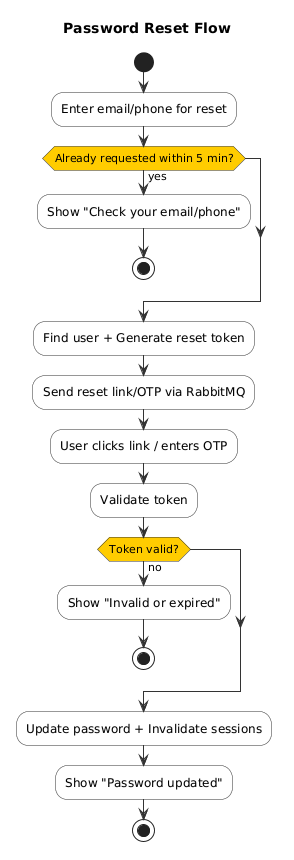
Before: modules/auth/images/activity/password-reset-activity.png, a diagram exported from PlantUML (namnh240795/document).
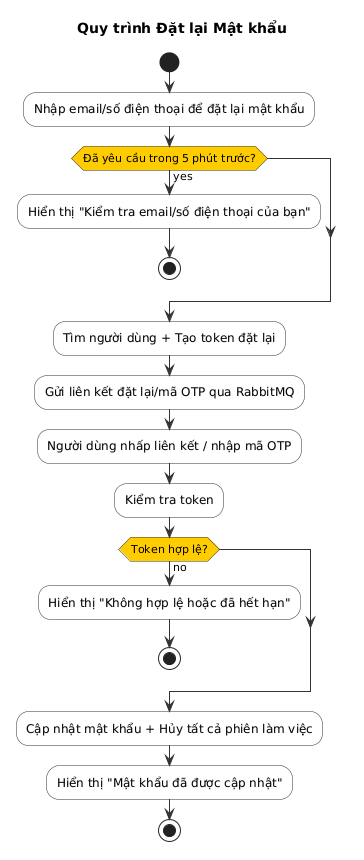
After the change.

Change to the diagram source:
```diff
@@ -8,33 +8,33 @@
   DiamondBorderColor #333333
 }
 
-title Password Reset Flow
+title Quy trình Đặt lại Mật khẩu
 
 start
 
-:Enter email/phone for reset;
+:Nhập email/số điện thoại để đặt lại mật khẩu;
 
-if (Already requested within 5 min?) then (yes)
-  :Show "Check your email/phone";
+if (Đã yêu cầu trong 5 phút trước?) then (yes)
+  :Hiển thị "Kiểm tra email/số điện thoại của bạn";
   stop
 endif
 
-:Find user + Generate reset token;
+:Tìm người dùng + Tạo token đặt lại;
 
-:Send reset link/OTP via RabbitMQ;
+:Gửi liên kết đặt lại/mã OTP qua RabbitMQ;
 
-:User clicks link / enters OTP;
+:Người dùng nhấp liên kết / nhập mã OTP;
 
-:Validate token;
+:Kiểm tra token;
 
-if (Token valid?) then (no)
-  :Show "Invalid or expired";
+if (Token hợp lệ?) then (no)
+  :Hiển thị "Không hợp lệ hoặc đã hết hạn";
   stop
 endif
 
-:Update password + Invalidate sessions;
+:Cập nhật mật khẩu + Hủy tất cả phiên làm việc;
 
-:Show "Password updated";
+:Hiển thị "Mật khẩu đã được cập nhật";
 
 stop
 
```
